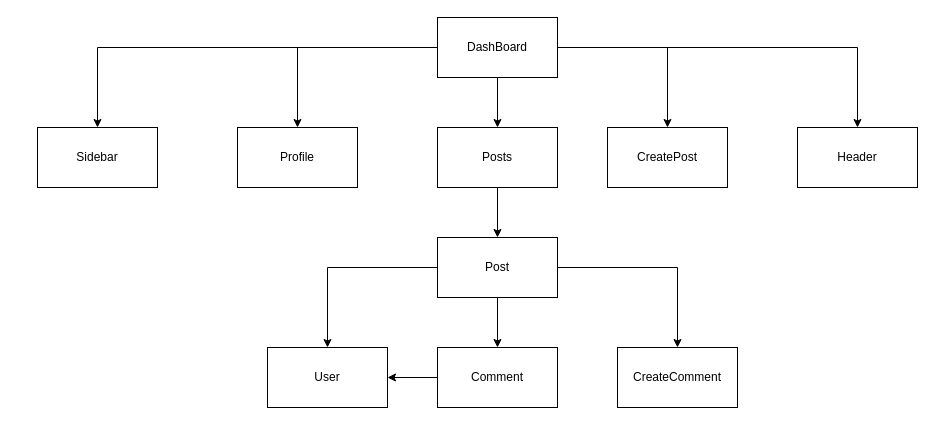
Earlier version of the draw.io diagram dashboard.drawio (boolean-uk/react-cohort-dashboard-challenge). Source tidied: cells renumbered, new cells numbered last; positions are measured from the earlier drawing's top-left corner, leaving out a move shared by most shapes. Both pictures are drawn from the tidied source at 100%, with x=0, y=0 at pixel (37, 17).
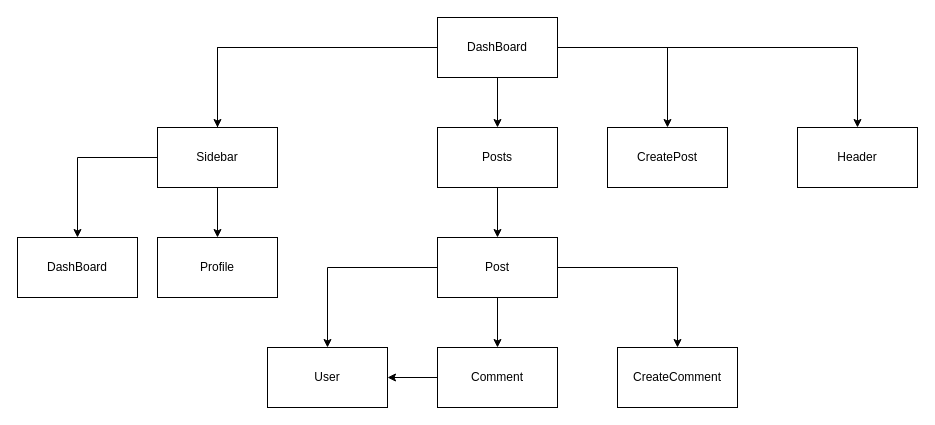
Above is the later version.

The edit, as a diff of the source:
```diff
@@
+    <mxCell id="22" style="edgeStyle=orthogonalEdgeStyle;rounded=0;jettySize=auto;html=1;entryX=0.5;entryY=0;entryDx=0;entryDy=0;" parent="1" edge="1" source="8" target="23">
+      <mxGeometry relative="1" as="geometry" />
+    </mxCell>
     <mxCell id="8" value="Sidebar" style="rounded=0;whiteSpace=wrap;html=1;" parent="1" vertex="1">
-      <mxGeometry y="110" width="120" height="60" as="geometry" />
+      <mxGeometry x="120" y="110" width="120" height="60" as="geometry" />
     </mxCell>
@@
     <mxCell id="19" value="Profile" style="rounded=0;whiteSpace=wrap;html=1;" parent="1" vertex="1">
-      <mxGeometry x="200" y="110" width="120" height="60" as="geometry" />
+      <mxGeometry x="120" y="220" width="120" height="60" as="geometry" />
     </mxCell>
@@
+    <mxCell id="23" value="DashBoard" style="rounded=0;whiteSpace=wrap;html=1;" parent="1" vertex="1">
+      <mxGeometry x="-20" y="220" width="120" height="60" as="geometry" />
+    </mxCell>
```
